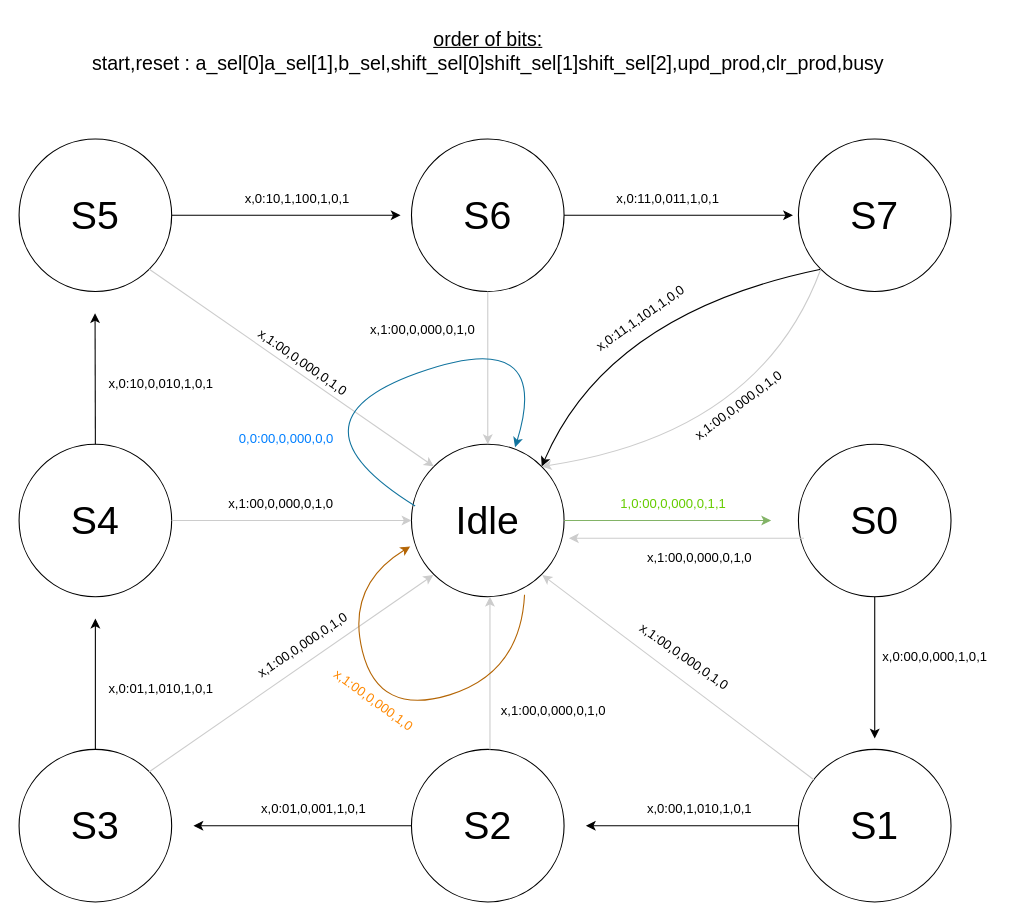
Earlier version of the draw.io diagram page "Page-1" (1 of 2) of Ex2/Ex2_Diagram.drawio (monty6400/NumEx1). Source tidied: cells renumbered, new cells numbered last; positions are measured from the earlier drawing's top-left corner, leaving out a move shared by most shapes. Both pictures are drawn from the tidied source at 109%, with x=0, y=0 at pixel (19, 19).
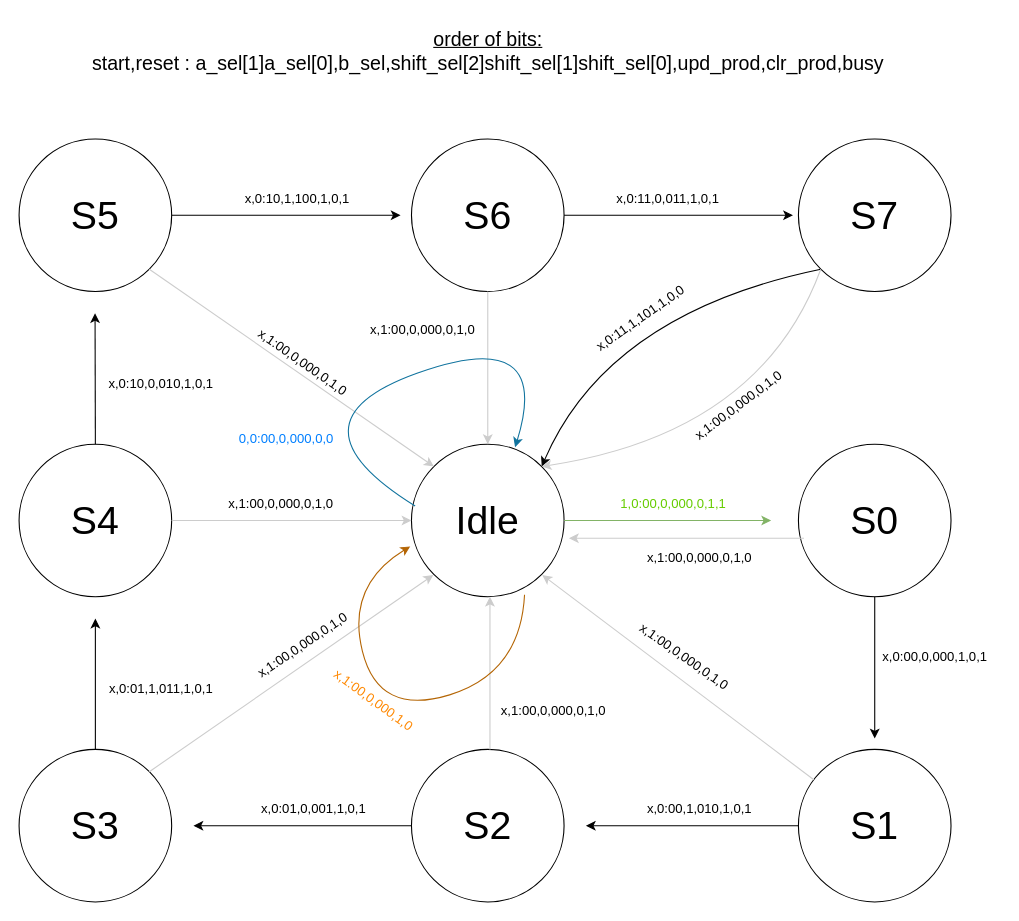
The same page after the edit.

Commit message:
Added concideration for zeros

Change to the diagram source:
```diff
@@
-    <mxCell id="24" value="&lt;font style=&quot;font-size: 18px;&quot;&gt;&lt;u&gt;order of bits:&lt;/u&gt;&lt;br&gt;start,reset : a_sel[0]a_sel[1],b_sel,shift_sel[0]shift_sel[1]shift_sel[2],upd_prod,clr_prod,busy&lt;/font&gt;" style="text;html=1;align=center;verticalAlign=middle;strokeColor=none;fillColor=none;" parent="1" vertex="1">
+    <mxCell id="24" value="&lt;font style=&quot;font-size: 18px;&quot;&gt;&lt;u&gt;order of bits:&lt;/u&gt;&lt;br&gt;start,reset : a_sel[1]a_sel[0],b_sel,shift_sel[2]shift_sel[1]shift_sel[0],upd_prod,clr_prod,busy&lt;/font&gt;" style="text;html=1;align=center;verticalAlign=middle;strokeColor=none;fillColor=none;" parent="1" vertex="1">
       <mxGeometry x="55" width="750" height="60" as="geometry" />
     </mxCell>
@@
-    <mxCell id="27" value="x,0:01,1,010,1,0,1" style="text;html=1;align=center;verticalAlign=middle;strokeColor=none;fillColor=none;" parent="1" vertex="1">
-      <mxGeometry x="70" y="600" width="120" height="30" as="geometry" />
+    <mxCell id="27" value="x,0:01,1,011,1,0,1" style="text;html=1;align=center;verticalAlign=middle;strokeColor=none;fillColor=none;" parent="1" vertex="1">
+      <mxGeometry x="75" y="600" width="110" height="30" as="geometry" />
     </mxCell>
```
